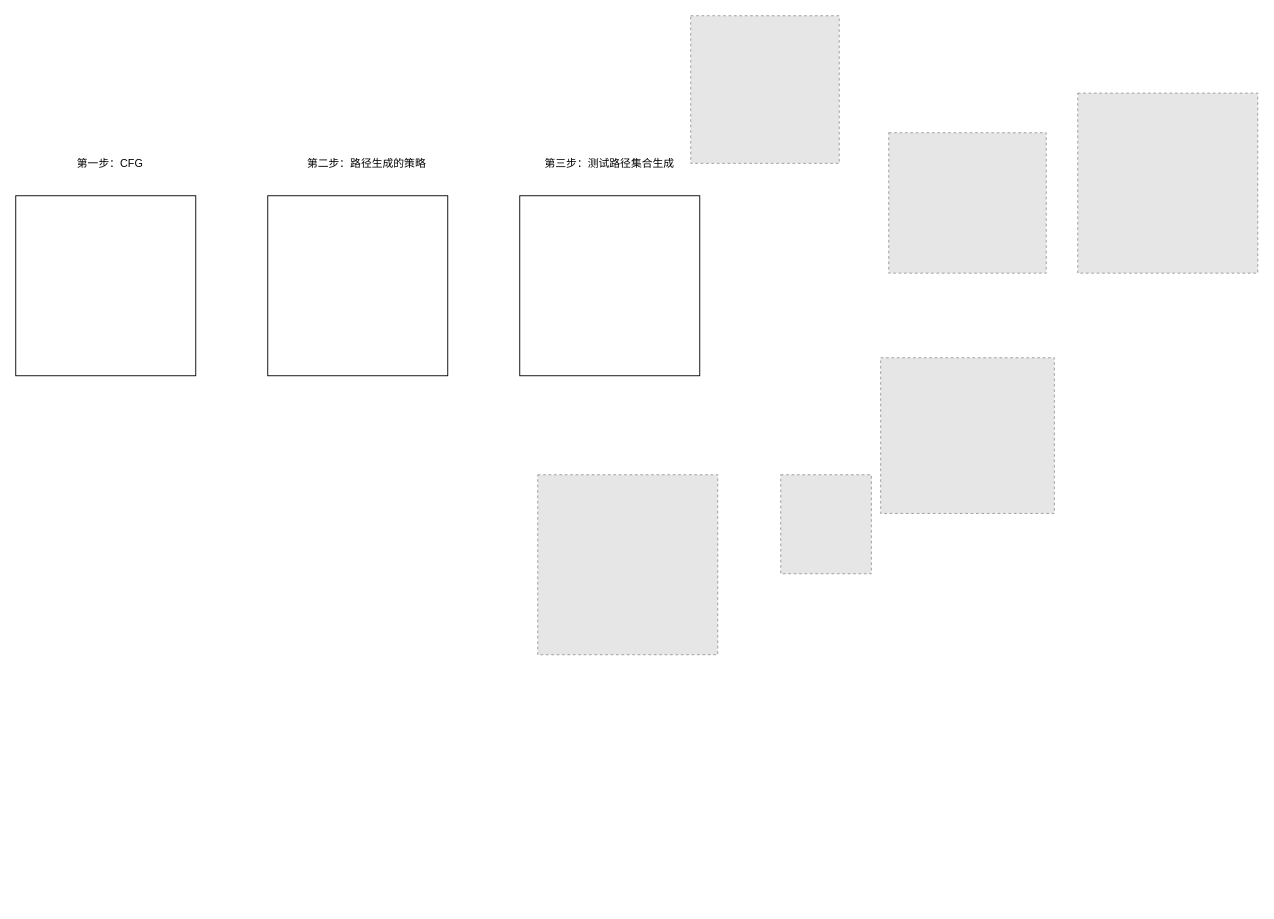
Earlier version of the draw.io diagram 未命名绘图.drawio (William-Practice/William-Practice). Source tidied: cells renumbered, new cells numbered last; positions are measured from the earlier drawing's top-left corner, leaving out a move shared by most shapes. Both pictures are drawn from the tidied source at 90%, with x=0, y=0 at pixel (15, 15). Pictures stored in the file or linked from it are replaced by grey dashed boxes.
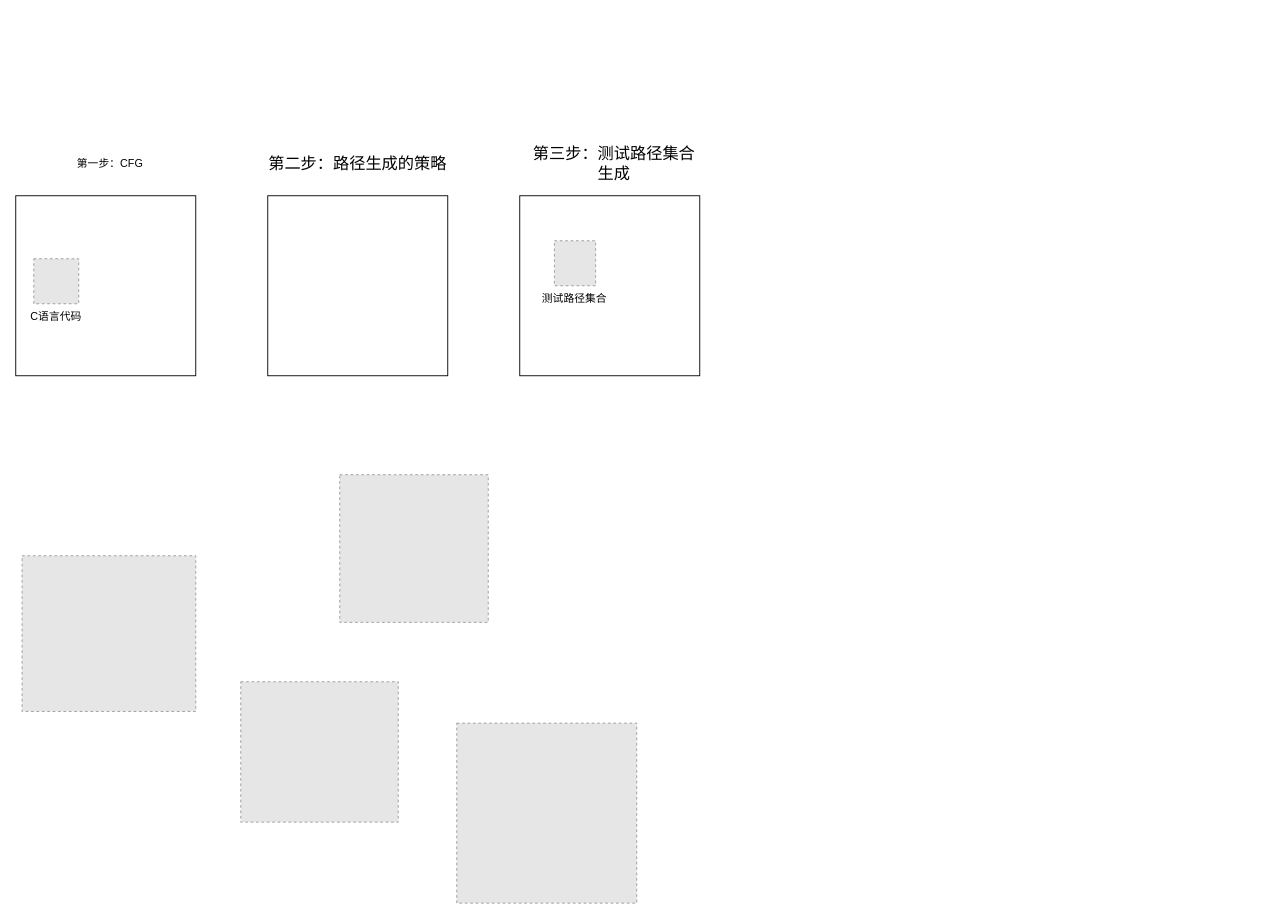
After the change.

Commit message:
更新未命名绘图.drawio

What changed in the source:
```diff
@@
 <mxGraphModel>
   <root>
     <mxCell id="0" />
     <mxCell id="1" parent="0" />
     <mxCell id="2" style="whiteSpace=wrap;html=1;" parent="1" vertex="1">
       <mxGeometry y="200" width="200" height="200" as="geometry" />
     </mxCell>
     <mxCell id="3" style="whiteSpace=wrap;html=1;" parent="1" vertex="1">
       <mxGeometry x="280" y="200" width="200" height="200" as="geometry" />
     </mxCell>
     <mxCell id="4" style="whiteSpace=wrap;html=1;" parent="1" vertex="1">
       <mxGeometry x="560" y="200" width="200" height="200" as="geometry" />
     </mxCell>
     <mxCell id="5" value="第一步：CFG" style="text;html=1;whiteSpace=wrap;strokeColor=none;fillColor=none;align=center;verticalAlign=middle;rounded=0;" parent="1" vertex="1">
       <mxGeometry x="10" y="150" width="190" height="30" as="geometry" />
     </mxCell>
-    <mxCell id="6" value="第二步：路径生成的策略" style="text;html=1;whiteSpace=wrap;strokeColor=none;fillColor=none;align=center;verticalAlign=middle;rounded=0;" parent="1" vertex="1">
-      <mxGeometry x="300" y="150" width="180" height="30" as="geometry" />
+    <mxCell id="6" value="&lt;font style=&quot;font-size: 18px;&quot;&gt;第二步：路径生成的策略&lt;/font&gt;" style="text;html=1;whiteSpace=wrap;strokeColor=none;fillColor=none;align=center;verticalAlign=middle;rounded=0;" parent="1" vertex="1">
+      <mxGeometry x="280" y="150" width="200" height="30" as="geometry" />
     </mxCell>
-    <mxCell id="7" value="第三步：测试路径集合生成" style="text;html=1;whiteSpace=wrap;strokeColor=none;fillColor=none;align=center;verticalAlign=middle;rounded=0;" parent="1" vertex="1">
-      <mxGeometry x="560" y="150" width="200" height="30" as="geometry" />
+    <mxCell id="7" value="&lt;font style=&quot;font-size: 18px;&quot;&gt;第三步：测试路径集合生成&lt;/font&gt;" style="text;html=1;whiteSpace=wrap;strokeColor=none;fillColor=none;align=center;verticalAlign=middle;rounded=0;" parent="1" vertex="1">
+      <mxGeometry x="570" y="150" width="190" height="30" as="geometry" />
     </mxCell>
     <mxCell id="8" style="fillColor=#E6E6E6;strokeColor=#999999;dashed=1;verticalLabelPosition=bottom;labelBackgroundColor=default;verticalAlign=top;" parent="1" vertex="1">
-      <mxGeometry x="750" width="165" height="164" as="geometry" />
+      <mxGeometry x="360" y="510" width="165" height="164" as="geometry" />
     </mxCell>
     <mxCell id="9" style="fillColor=#E6E6E6;strokeColor=#999999;dashed=1;verticalLabelPosition=bottom;labelBackgroundColor=default;verticalAlign=top;" parent="1" vertex="1">
-      <mxGeometry x="961" y="380" width="193" height="173" as="geometry" />
+      <mxGeometry x="7" y="600" width="193" height="173" as="geometry" />
     </mxCell>
     <mxCell id="10" style="fillColor=#E6E6E6;strokeColor=#999999;dashed=1;verticalLabelPosition=bottom;labelBackgroundColor=default;verticalAlign=top;" parent="1" vertex="1">
-      <mxGeometry x="580" y="510" width="200" height="200" as="geometry" />
+      <mxGeometry x="20" y="270" width="50" height="50" as="geometry" />
     </mxCell>
     <mxCell id="11" style="fillColor=#E6E6E6;strokeColor=#999999;dashed=1;verticalLabelPosition=bottom;labelBackgroundColor=default;verticalAlign=top;" parent="1" vertex="1">
-      <mxGeometry x="850" y="510" width="100.7" height="110" as="geometry" />
+      <mxGeometry x="598.5" y="250" width="45.8" height="50" as="geometry" />
     </mxCell>
     <mxCell id="12" style="fillColor=#E6E6E6;strokeColor=#999999;dashed=1;verticalLabelPosition=bottom;labelBackgroundColor=default;verticalAlign=top;" parent="1" vertex="1">
-      <mxGeometry x="1180" y="86" width="200" height="200" as="geometry" />
+      <mxGeometry x="490" y="786" width="200" height="200" as="geometry" />
     </mxCell>
     <mxCell id="13" style="fillColor=#E6E6E6;strokeColor=#999999;dashed=1;verticalLabelPosition=bottom;labelBackgroundColor=default;verticalAlign=top;" parent="1" vertex="1">
-      <mxGeometry x="970" y="130" width="175" height="156" as="geometry" />
+      <mxGeometry x="250" y="740" width="175" height="156" as="geometry" />
     </mxCell>
+    <mxCell id="14" value="C语言代码" style="text;html=1;whiteSpace=wrap;strokeColor=none;fillColor=none;align=center;verticalAlign=middle;rounded=0;" parent="1" vertex="1">
+      <mxGeometry x="15" y="320" width="60" height="30" as="geometry" />
+    </mxCell>
+    <mxCell id="15" value="测试路径集合" style="text;html=1;whiteSpace=wrap;strokeColor=none;fillColor=none;align=center;verticalAlign=middle;rounded=0;" parent="1" vertex="1">
+      <mxGeometry x="581.4" y="300" width="80" height="30" as="geometry" />
+    </mxCell>
   </root>
 </mxGraphModel>
```
